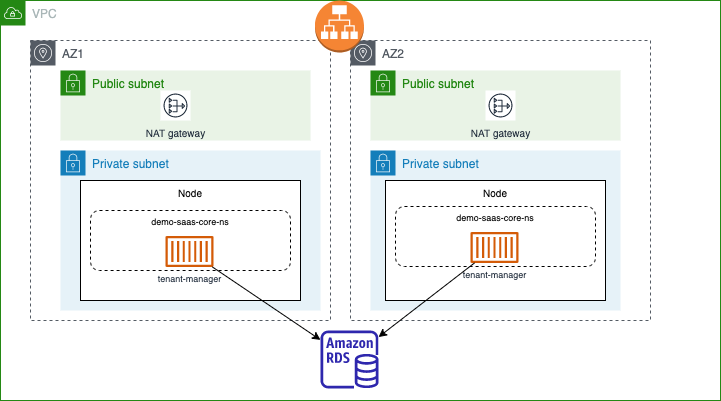
The draw.io diagram docs/diagrams/eks-saas-deploy.drawio.png in jbcodeforce/big-data-tenant-analytics, before a commit. Source tidied: cells renumbered, new cells last; positions are measured from the earlier drawing's top-left corner, leaving out a move shared by most shapes. The source it was exported from:
```xml
<mxGraphModel>
  <root>
    <mxCell id="0" />
    <mxCell id="1" parent="0" />
    <mxCell id="2" value="VPC" style="gradientColor=none;html=1;whiteSpace=wrap;fontSize=12;fontStyle=0;shape=mxgraph.aws4.group;grIcon=mxgraph.aws4.group_vpc;strokeColor=#248814;fillColor=none;verticalAlign=top;align=left;spacingLeft=30;fontColor=#AAB7B8;dashed=0;" parent="1" vertex="1">
      <mxGeometry width="720" height="400" as="geometry" />
    </mxCell>
    <mxCell id="3" value="AZ2" style="sketch=0;gradientColor=none;html=1;whiteSpace=wrap;fontSize=12;fontStyle=0;shape=mxgraph.aws4.group;grIcon=mxgraph.aws4.group_availability_zone;strokeColor=#545B64;fillColor=none;verticalAlign=top;align=left;spacingLeft=30;fontColor=#545B64;dashed=1;" parent="2" vertex="1">
      <mxGeometry x="350" y="40" width="300" height="280" as="geometry" />
    </mxCell>
    <mxCell id="4" style="sketch=0;outlineConnect=0;fontColor=#232F3E;gradientColor=none;fillColor=#2E27AD;strokeColor=none;dashed=0;verticalLabelPosition=bottom;verticalAlign=top;align=center;html=1;fontSize=12;fontStyle=0;shape=mxgraph.aws4.rds_instance;" parent="2" vertex="1">
      <mxGeometry x="320" y="330" width="58" height="58" as="geometry" />
    </mxCell>
    <mxCell id="5" value="Public subnet" style="gradientColor=none;html=1;whiteSpace=wrap;fontSize=12;fontStyle=0;shape=mxgraph.aws4.group;grIcon=mxgraph.aws4.group_security_group;grStroke=0;strokeColor=#248814;fillColor=#E9F3E6;verticalAlign=top;align=left;spacingLeft=30;fontColor=#248814;dashed=0;" parent="2" vertex="1">
      <mxGeometry x="60" y="70" width="250" height="70" as="geometry" />
    </mxCell>
    <mxCell id="6" value="Public subnet" style="gradientColor=none;html=1;whiteSpace=wrap;fontSize=12;fontStyle=0;shape=mxgraph.aws4.group;grIcon=mxgraph.aws4.group_security_group;grStroke=0;strokeColor=#248814;fillColor=#E9F3E6;verticalAlign=top;align=left;spacingLeft=30;fontColor=#248814;dashed=0;" parent="2" vertex="1">
      <mxGeometry x="370" y="70" width="250" height="70" as="geometry" />
    </mxCell>
    <mxCell id="7" value="Private subnet" style="gradientColor=none;html=1;whiteSpace=wrap;fontSize=12;fontStyle=0;shape=mxgraph.aws4.group;grIcon=mxgraph.aws4.group_security_group;grStroke=0;strokeColor=#147EBA;fillColor=#E6F2F8;verticalAlign=top;align=left;spacingLeft=30;fontColor=#147EBA;dashed=0;" parent="2" vertex="1">
      <mxGeometry x="60" y="150" width="260" height="160" as="geometry" />
    </mxCell>
    <mxCell id="8" value="Node" style="rounded=0;whiteSpace=wrap;html=1;fontSize=10;verticalAlign=top;" parent="7" vertex="1">
      <mxGeometry x="20" y="30" width="220" height="120" as="geometry" />
    </mxCell>
    <mxCell id="9" value="demo-saas-core-ns" style="rounded=1;whiteSpace=wrap;html=1;fontSize=9;dashed=1;verticalAlign=top;" parent="7" vertex="1">
      <mxGeometry x="30" y="60" width="200" height="60" as="geometry" />
    </mxCell>
    <mxCell id="10" value="tenant-manager" style="sketch=0;outlineConnect=0;fontColor=#232F3E;gradientColor=none;fillColor=#D45B07;strokeColor=none;dashed=0;verticalLabelPosition=bottom;verticalAlign=top;align=center;html=1;fontSize=9;fontStyle=0;shape=mxgraph.aws4.container_1;" parent="7" vertex="1">
      <mxGeometry x="105" y="85.5" width="48" height="31" as="geometry" />
    </mxCell>
    <mxCell id="11" value="AZ1" style="sketch=0;gradientColor=none;html=1;whiteSpace=wrap;fontSize=12;fontStyle=0;shape=mxgraph.aws4.group;grIcon=mxgraph.aws4.group_availability_zone;strokeColor=#545B64;fillColor=none;verticalAlign=top;align=left;spacingLeft=30;fontColor=#545B64;dashed=1;" parent="7" vertex="1">
      <mxGeometry x="-30" y="-110" width="300" height="280" as="geometry" />
    </mxCell>
    <mxCell id="12" value="Private subnet" style="gradientColor=none;html=1;whiteSpace=wrap;fontSize=12;fontStyle=0;shape=mxgraph.aws4.group;grIcon=mxgraph.aws4.group_security_group;grStroke=0;strokeColor=#147EBA;fillColor=#E6F2F8;verticalAlign=top;align=left;spacingLeft=30;fontColor=#147EBA;dashed=0;" parent="2" vertex="1">
      <mxGeometry x="370" y="150" width="250" height="160" as="geometry" />
    </mxCell>
    <mxCell id="13" value="Node" style="rounded=0;whiteSpace=wrap;html=1;fontSize=10;verticalAlign=top;" parent="12" vertex="1">
      <mxGeometry x="15" y="30" width="220" height="120" as="geometry" />
    </mxCell>
    <mxCell id="14" value="demo-saas-core-ns" style="rounded=1;whiteSpace=wrap;html=1;fontSize=9;dashed=1;verticalAlign=top;" parent="12" vertex="1">
      <mxGeometry x="25" y="56" width="200" height="60" as="geometry" />
    </mxCell>
    <mxCell id="15" value="tenant-manager" style="sketch=0;outlineConnect=0;fontColor=#232F3E;gradientColor=none;fillColor=#D45B07;strokeColor=none;dashed=0;verticalLabelPosition=bottom;verticalAlign=top;align=center;html=1;fontSize=9;fontStyle=0;shape=mxgraph.aws4.container_1;" parent="12" vertex="1">
      <mxGeometry x="100" y="81.5" width="48" height="31" as="geometry" />
    </mxCell>
    <mxCell id="16" value="NAT gateway" style="sketch=0;fontColor=#232F3E;gradientColor=none;strokeColor=#232F3E;fillColor=#ffffff;dashed=0;verticalLabelPosition=bottom;verticalAlign=top;align=center;html=1;fontSize=10;fontStyle=0;shape=mxgraph.aws4.resourceIcon;resIcon=mxgraph.aws4.nat_gateway;" parent="2" vertex="1">
      <mxGeometry x="160" y="90" width="30" height="30" as="geometry" />
    </mxCell>
    <mxCell id="17" value="NAT gateway" style="sketch=0;fontColor=#232F3E;gradientColor=none;strokeColor=#232F3E;fillColor=#ffffff;dashed=0;verticalLabelPosition=bottom;verticalAlign=top;align=center;html=1;fontSize=10;fontStyle=0;shape=mxgraph.aws4.resourceIcon;resIcon=mxgraph.aws4.nat_gateway;" parent="2" vertex="1">
      <mxGeometry x="485" y="90" width="30" height="30" as="geometry" />
    </mxCell>
    <mxCell id="18" style="dashed=0;verticalLabelPosition=bottom;verticalAlign=top;align=center;html=1;shape=mxgraph.aws3.application_load_balancer;fillColor=#F58534;gradientColor=none;fontSize=10;" parent="2" vertex="1">
      <mxGeometry x="314.5" width="49" height="52" as="geometry" />
    </mxCell>
    <mxCell id="19" style="html=1;fontSize=9;" parent="2" edge="1" source="10" target="4">
      <mxGeometry relative="1" as="geometry" />
    </mxCell>
    <mxCell id="20" style="html=1;fontSize=9;" parent="2" edge="1" source="15" target="4">
      <mxGeometry relative="1" as="geometry" />
    </mxCell>
  </root>
</mxGraphModel>
```
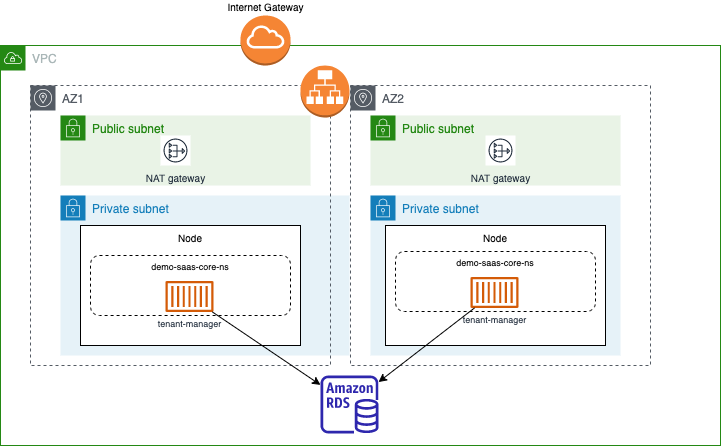
Above is the later version.

Change to the diagram source:
```diff
@@ -18,7 +18,7 @@
       <mxGeometry x="370" y="70" width="250" height="70" as="geometry" />
     </mxCell>
     <mxCell id="7" value="Private subnet" style="gradientColor=none;html=1;whiteSpace=wrap;fontSize=12;fontStyle=0;shape=mxgraph.aws4.group;grIcon=mxgraph.aws4.group_security_group;grStroke=0;strokeColor=#147EBA;fillColor=#E6F2F8;verticalAlign=top;align=left;spacingLeft=30;fontColor=#147EBA;dashed=0;" parent="2" vertex="1">
-      <mxGeometry x="60" y="150" width="260" height="160" as="geometry" />
+      <mxGeometry x="60" y="150" width="289" height="160" as="geometry" />
     </mxCell>
     <mxCell id="8" value="Node" style="rounded=0;whiteSpace=wrap;html=1;fontSize=10;verticalAlign=top;" parent="7" vertex="1">
       <mxGeometry x="20" y="30" width="220" height="120" as="geometry" />
@@ -32,6 +32,9 @@
     <mxCell id="11" value="AZ1" style="sketch=0;gradientColor=none;html=1;whiteSpace=wrap;fontSize=12;fontStyle=0;shape=mxgraph.aws4.group;grIcon=mxgraph.aws4.group_availability_zone;strokeColor=#545B64;fillColor=none;verticalAlign=top;align=left;spacingLeft=30;fontColor=#545B64;dashed=1;" parent="7" vertex="1">
       <mxGeometry x="-30" y="-110" width="300" height="280" as="geometry" />
     </mxCell>
+    <mxCell id="18" style="dashed=0;verticalLabelPosition=bottom;verticalAlign=top;align=center;html=1;shape=mxgraph.aws3.application_load_balancer;fillColor=#F58534;gradientColor=none;fontSize=10;" parent="7" vertex="1">
+      <mxGeometry x="240" y="-130" width="49" height="52" as="geometry" />
+    </mxCell>
     <mxCell id="12" value="Private subnet" style="gradientColor=none;html=1;whiteSpace=wrap;fontSize=12;fontStyle=0;shape=mxgraph.aws4.group;grIcon=mxgraph.aws4.group_security_group;grStroke=0;strokeColor=#147EBA;fillColor=#E6F2F8;verticalAlign=top;align=left;spacingLeft=30;fontColor=#147EBA;dashed=0;" parent="2" vertex="1">
       <mxGeometry x="370" y="150" width="250" height="160" as="geometry" />
     </mxCell>
@@ -50,14 +53,14 @@
     <mxCell id="17" value="NAT gateway" style="sketch=0;fontColor=#232F3E;gradientColor=none;strokeColor=#232F3E;fillColor=#ffffff;dashed=0;verticalLabelPosition=bottom;verticalAlign=top;align=center;html=1;fontSize=10;fontStyle=0;shape=mxgraph.aws4.resourceIcon;resIcon=mxgraph.aws4.nat_gateway;" parent="2" vertex="1">
       <mxGeometry x="485" y="90" width="30" height="30" as="geometry" />
     </mxCell>
-    <mxCell id="18" style="dashed=0;verticalLabelPosition=bottom;verticalAlign=top;align=center;html=1;shape=mxgraph.aws3.application_load_balancer;fillColor=#F58534;gradientColor=none;fontSize=10;" parent="2" vertex="1">
-      <mxGeometry x="314.5" width="49" height="52" as="geometry" />
-    </mxCell>
     <mxCell id="19" style="html=1;fontSize=9;" parent="2" edge="1" source="10" target="4">
       <mxGeometry relative="1" as="geometry" />
     </mxCell>
     <mxCell id="20" style="html=1;fontSize=9;" parent="2" edge="1" source="15" target="4">
       <mxGeometry relative="1" as="geometry" />
     </mxCell>
+    <mxCell id="21" value="Internet Gateway" style="dashed=0;verticalLabelPosition=top;verticalAlign=bottom;align=center;html=1;shape=mxgraph.aws3.internet_gateway;fillColor=#F58534;gradientColor=none;labelPosition=center;fontSize=10;" parent="1" vertex="1">
+      <mxGeometry x="240" y="-30" width="50" height="50" as="geometry" />
+    </mxCell>
   </root>
 </mxGraphModel>
```
